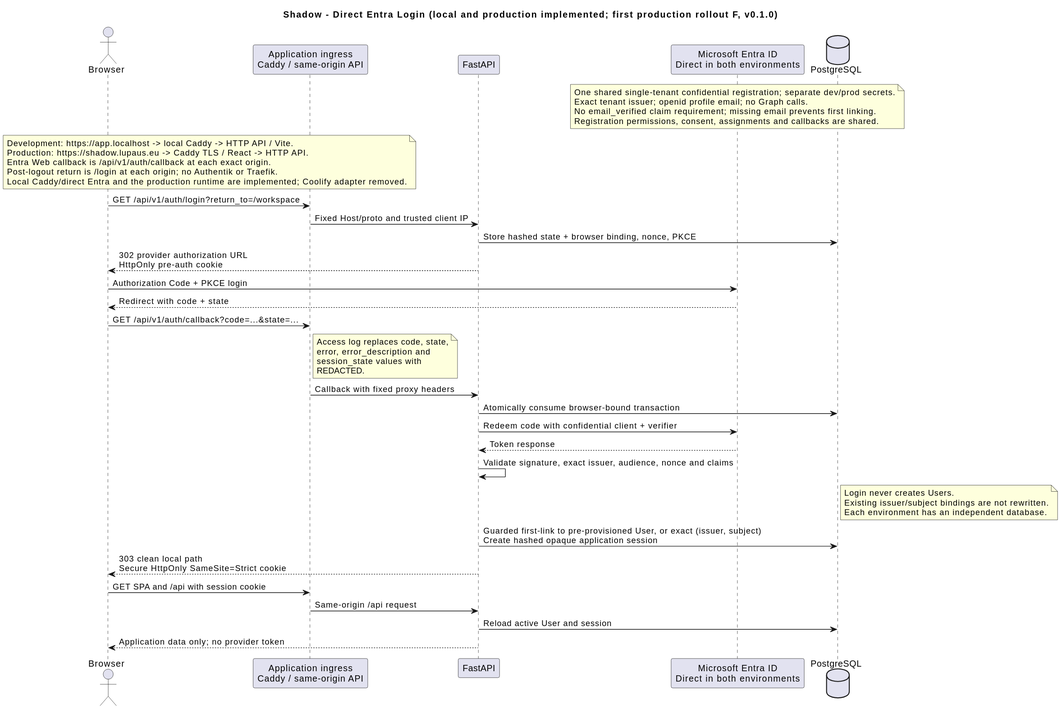
This is docs/architecture/diagrams/generated/sequence-oidc-login.svg from lupaus-eu/shadow, a PlantUML export, as it was before one commit.
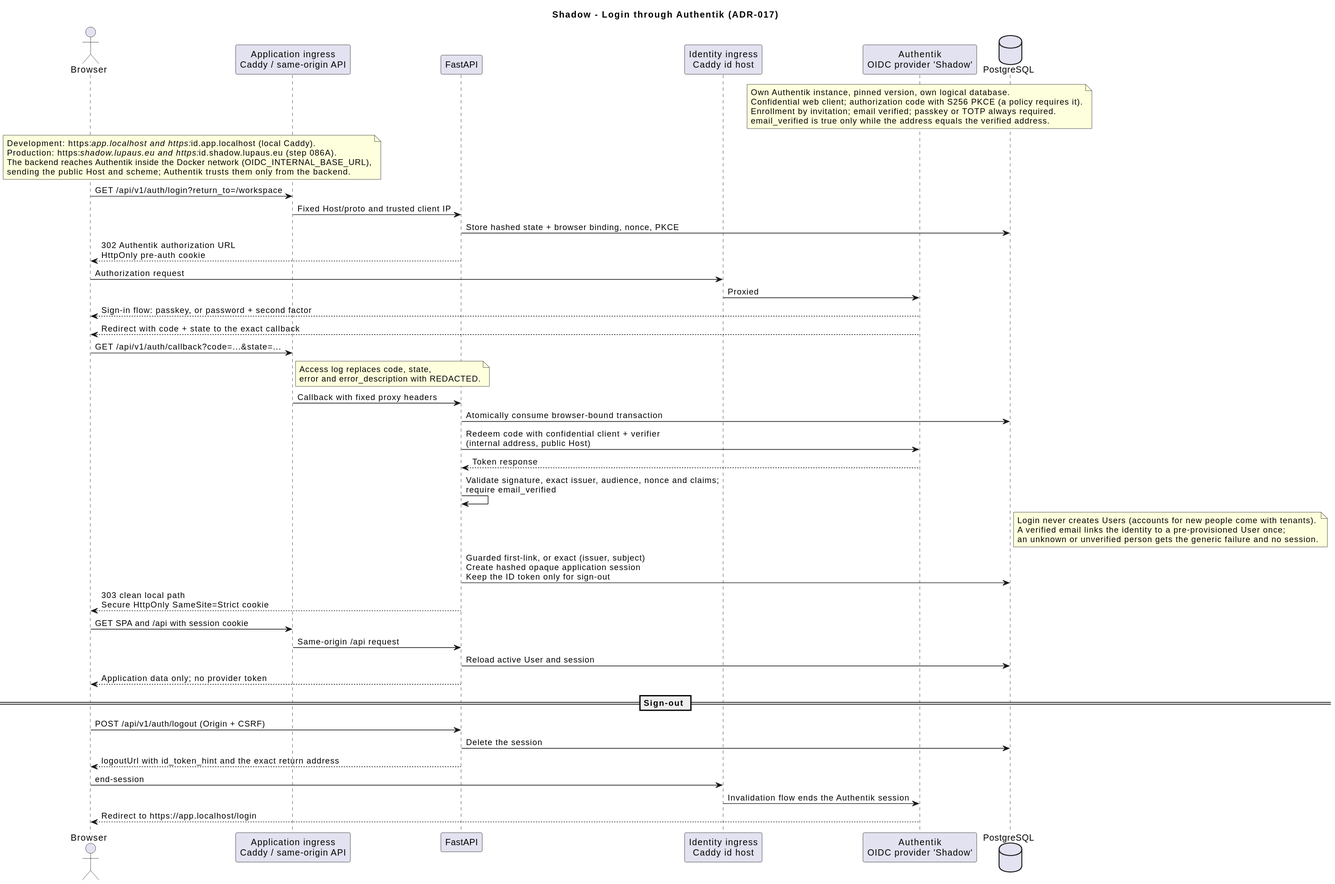
The same diagram one commit later.

What changed in the source:
```diff
@@ -1,54 +1,62 @@
 @startuml
-title Schatten - Direct Entra Login (local and production implemented; first production rollout F, v0.1.0)
+title Shadow - Login through Authentik (ADR-017)
 
 actor Browser
 participant "Application ingress\nCaddy / same-origin API" as Caddy
 participant "FastAPI" as API
-participant "Microsoft Entra ID\nDirect in both environments" as Provider
+participant "Identity ingress\nCaddy id host" as IdCaddy
+participant "Authentik\nOIDC provider 'Shadow'" as Provider
 database PostgreSQL as DB
 
 note over Provider
-  One shared single-tenant confidential registration; separate dev/prod secrets.
-  Exact tenant issuer; openid profile email; no Graph calls.
-  No email_verified claim requirement; missing email prevents first linking.
-  Registration permissions, consent, assignments and callbacks are shared.
+  Own Authentik instance, pinned version, own logical database.
+  Confidential web client; authorization code with S256 PKCE (a policy requires it).
+  Enrollment by invitation; email verified; passkey or TOTP always required.
+  email_verified is true only while the address equals the verified address.
 end note
 
 note over Browser, Caddy
-  Development: https://app.localhost -> local Caddy -> HTTP API / Vite.
-  Production: https://schatten.lupaus.eu -> Caddy TLS / React -> HTTP API.
-  Entra Web callback is /api/v1/auth/callback at each exact origin.
-  Post-logout return is /login at each origin; no Authentik or Traefik.
-  Local Caddy/direct Entra and the production runtime are implemented; Coolify adapter removed.
+  Development: https://app.localhost and https://id.app.localhost (local Caddy).
+  Production: https://shadow.lupaus.eu and https://id.shadow.lupaus.eu (step 086A).
+  The backend reaches Authentik inside the Docker network (OIDC_INTERNAL_BASE_URL),
+  sending the public Host and scheme; Authentik trusts them only from the backend.
 end note
 
 Browser -> Caddy : GET /api/v1/auth/login?return_to=/workspace
 Caddy -> API : Fixed Host/proto and trusted client IP
 API -> DB : Store hashed state + browser binding, nonce, PKCE
-API --> Browser : 302 provider authorization URL\nHttpOnly pre-auth cookie
-Browser -> Provider : Authorization Code + PKCE login
-Provider --> Browser : Redirect with code + state
+API --> Browser : 302 Authentik authorization URL\nHttpOnly pre-auth cookie
+Browser -> IdCaddy : Authorization request
+IdCaddy -> Provider : Proxied
+Provider --> Browser : Sign-in flow: passkey, or password + second factor
+Provider --> Browser : Redirect with code + state to the exact callback
 Browser -> Caddy : GET /api/v1/auth/callback?code=...&state=...
 note right of Caddy
   Access log replaces code, state,
-  error, error_description and
-  session_state values with
-  REDACTED.
+  error and error_description with REDACTED.
 end note
 Caddy -> API : Callback with fixed proxy headers
 API -> DB : Atomically consume browser-bound transaction
-API -> Provider : Redeem code with confidential client + verifier
+API -> Provider : Redeem code with confidential client + verifier\n(internal address, public Host)
 Provider --> API : Token response
-API -> API : Validate signature, exact issuer, audience, nonce and claims
+API -> API : Validate signature, exact issuer, audience, nonce and claims;\nrequire email_verified
 note right of DB
-  Login never creates Users.
-  Existing issuer/subject bindings are not rewritten.
-  Each environment has an independent database.
+  Login never creates Users (accounts for new people come with tenants).
+  A verified email links the identity to a pre-provisioned User once;
+  an unknown or unverified person gets the generic failure and no session.
 end note
-API -> DB : Guarded first-link to pre-provisioned User, or exact (issuer, subject)\nCreate hashed opaque application session
+API -> DB : Guarded first-link, or exact (issuer, subject)\nCreate hashed opaque application session\nKeep the ID token only for sign-out
 API --> Browser : 303 clean local path\nSecure HttpOnly SameSite=Strict cookie
 Browser -> Caddy : GET SPA and /api with session cookie
 Caddy -> API : Same-origin /api request
 API -> DB : Reload active User and session
 API --> Browser : Application data only; no provider token
+
+== Sign-out ==
+Browser -> API : POST /api/v1/auth/logout (Origin + CSRF)
+API -> DB : Delete the session
+API --> Browser : logoutUrl with id_token_hint and the exact return address
+Browser -> IdCaddy : end-session
+IdCaddy -> Provider : Invalidation flow ends the Authentik session
+Provider --> Browser : Redirect to https://app.localhost/login
 @enduml
```
